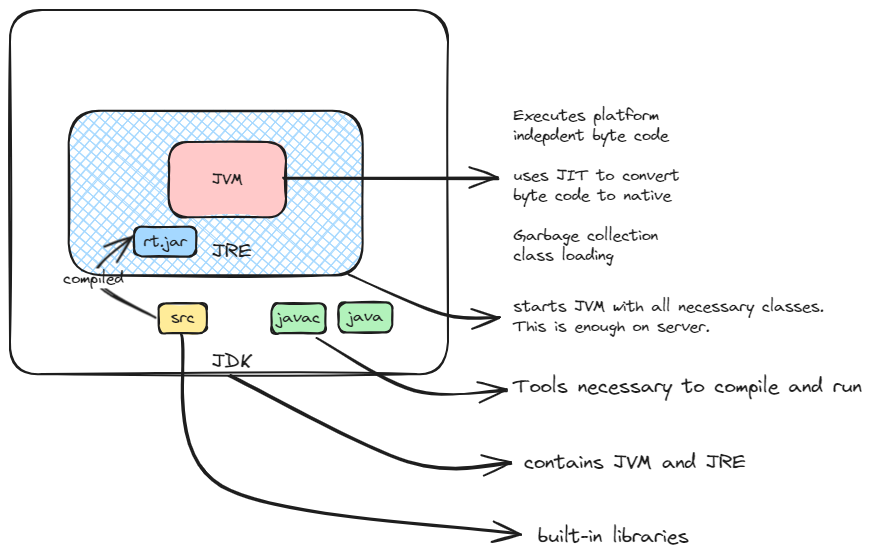
Above: static/img/jdk-jre-jvm.excalidraw.png in swaroopar/inprogress-engineer (Excalidraw), before the change. Source tidied: one line per element, renumbered; positions are measured from the earlier drawing's top-left corner, leaving out a move shared by most shapes.
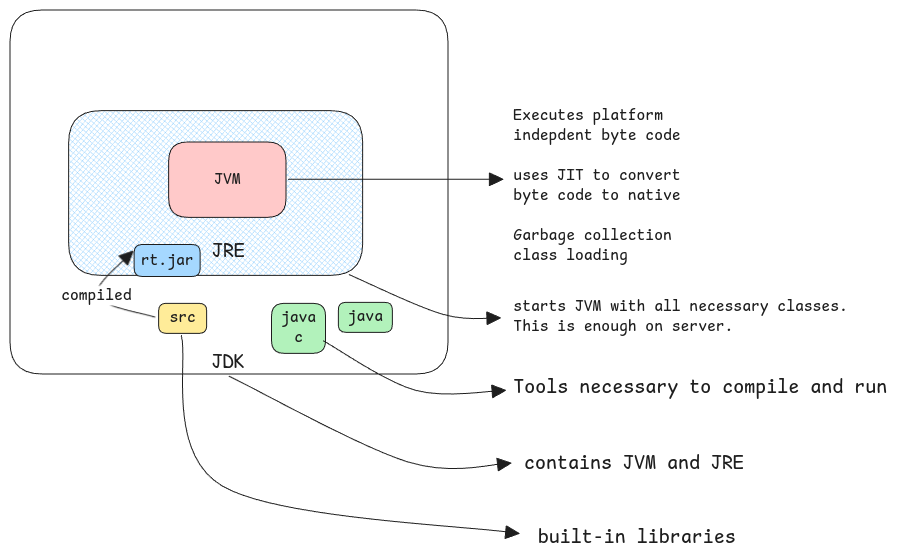
Above is the later version.

Diff of the diagram source:
```diff
@@ -1,26 +1,26 @@
-{"id": 0, "type": "rectangle", "strokeColor": "#1e1e1e", "backgroundColor": "#a5d8ff", "fillStyle": "cross-hatch", "strokeWidth": 2, "roughness": 1, "round": true, "x": 59, "y": 101, "width": 294, "height": 165}
+{"id": 0, "type": "rectangle", "strokeColor": "#1e1e1e", "backgroundColor": "#a5d8ff", "fillStyle": "cross-hatch", "strokeWidth": 1, "roughness": 0, "round": true, "x": 59, "y": 101, "width": 294, "height": 165}
-{"id": 1, "type": "rectangle", "strokeColor": "#1e1e1e", "backgroundColor": "#ffc9c9", "fillStyle": "solid", "strokeWidth": 2, "roughness": 1, "round": true, "x": 159, "y": 132, "width": 117, "height": 75}
+{"id": 1, "type": "rectangle", "strokeColor": "#1e1e1e", "backgroundColor": "#ffc9c9", "fillStyle": "solid", "strokeWidth": 1, "roughness": 0, "round": true, "x": 159, "y": 132, "width": 117, "height": 75}
-{"id": 2, "type": "text", "text": "JVM", "strokeColor": "#1e1e1e", "strokeWidth": 2, "roughness": 1, "fontSize": 16, "fontFamily": 1, "textAlign": "center", "verticalAlign": "middle", "inside": 1, "x": 202, "y": 160, "width": 31, "height": 20}
+{"id": 2, "type": "text", "text": "JVM", "strokeColor": "#1e1e1e", "strokeWidth": 2, "roughness": 1, "fontSize": 16, "fontFamily": 8, "textAlign": "center", "verticalAlign": "middle", "inside": 1, "x": 204, "y": 160, "width": 26, "height": 20}
-{"id": 3, "type": "text", "text": "JDK", "strokeColor": "#1e1e1e", "strokeWidth": 2, "roughness": 1, "fontSize": 20, "fontFamily": 1, "x": 202, "y": 340, "width": 41, "height": 25}
+{"id": 3, "type": "text", "text": "JDK", "strokeColor": "#1e1e1e", "strokeWidth": 1, "roughness": 0, "fontSize": 20, "fontFamily": 8, "x": 202, "y": 340, "width": 33, "height": 25}
-{"id": 4, "type": "text", "text": "JRE", "strokeColor": "#1e1e1e", "strokeWidth": 2, "roughness": 1, "fontSize": 20, "fontFamily": 1, "x": 202, "y": 230, "width": 40, "height": 25}
+{"id": 4, "type": "text", "text": "JRE", "strokeColor": "#1e1e1e", "strokeWidth": 1, "roughness": 0, "fontSize": 20, "fontFamily": 8, "x": 202, "y": 230, "width": 33, "height": 25}
-{"id": 5, "type": "rectangle", "strokeColor": "#1e1e1e", "backgroundColor": "#ffec99", "fillStyle": "solid", "strokeWidth": 2, "roughness": 1, "round": true, "x": 149, "y": 293, "width": 48, "height": 30}
+{"id": 5, "type": "rectangle", "strokeColor": "#1e1e1e", "backgroundColor": "#ffec99", "fillStyle": "solid", "strokeWidth": 1, "roughness": 0, "round": true, "x": 149, "y": 293, "width": 48, "height": 30}
-{"id": 6, "type": "text", "text": "src", "strokeColor": "#1e1e1e", "strokeWidth": 2, "roughness": 1, "fontSize": 16, "fontFamily": 1, "textAlign": "center", "verticalAlign": "middle", "inside": 5, "x": 161, "y": 298, "width": 24, "height": 20}
+{"id": 6, "type": "text", "text": "src", "strokeColor": "#1e1e1e", "strokeWidth": 2, "roughness": 1, "fontSize": 16, "fontFamily": 8, "textAlign": "center", "verticalAlign": "middle", "inside": 5, "x": 159, "y": 298, "width": 26, "height": 20}
-{"id": 7, "type": "rectangle", "strokeColor": "#1e1e1e", "backgroundColor": "#b2f2bb", "fillStyle": "solid", "strokeWidth": 2, "roughness": 1, "round": true, "x": 262, "y": 293, "width": 54, "height": 30}
+{"id": 7, "type": "rectangle", "strokeColor": "#1e1e1e", "backgroundColor": "#b2f2bb", "fillStyle": "solid", "strokeWidth": 1, "roughness": 0, "round": true, "x": 262, "y": 293, "width": 54, "height": 50}
-{"id": 8, "type": "text", "text": "javac", "strokeColor": "#1e1e1e", "strokeWidth": 2, "roughness": 1, "fontSize": 16, "fontFamily": 1, "textAlign": "center", "verticalAlign": "middle", "inside": 7, "x": 267, "y": 298, "width": 43, "height": 20}
+{"id": 8, "type": "text", "text": "java\nc", "strokeColor": "#1e1e1e", "strokeWidth": 2, "roughness": 1, "fontSize": 16, "fontFamily": 8, "textAlign": "center", "verticalAlign": "middle", "inside": 7, "x": 271, "y": 298, "width": 35, "height": 40}
-{"id": 9, "type": "rectangle", "strokeColor": "#1e1e1e", "backgroundColor": "#a5d8ff", "fillStyle": "solid", "strokeWidth": 2, "roughness": 1, "round": true, "x": 124, "y": 217, "width": 62, "height": 30}
+{"id": 9, "type": "rectangle", "strokeColor": "#1e1e1e", "backgroundColor": "#a5d8ff", "fillStyle": "solid", "strokeWidth": 1, "roughness": 0, "round": true, "x": 124, "y": 235, "width": 66, "height": 32}
-{"id": 10, "type": "text", "text": "rt.jar", "strokeColor": "#1e1e1e", "strokeWidth": 2, "roughness": 1, "fontSize": 16, "fontFamily": 1, "textAlign": "center", "verticalAlign": "middle", "inside": 9, "x": 134, "y": 222, "width": 43, "height": 20}
+{"id": 10, "type": "text", "text": "rt.jar", "strokeColor": "#1e1e1e", "strokeWidth": 2, "roughness": 1, "fontSize": 16, "fontFamily": 8, "textAlign": "center", "verticalAlign": "middle", "inside": 9, "x": 131, "y": 241, "width": 53, "height": 20}
-{"id": 11, "type": "arrow", "strokeColor": "#1e1e1e", "strokeWidth": 2, "roughness": 1, "endArrowhead": "arrow", "round": true, "from": 5, "to": 9, "x": 144, "y": 307, "width": 61, "height": 81, "points": [[0, 0], [-61, -38], [-21, -81]]}
+{"id": 11, "type": "arrow", "strokeColor": "#1e1e1e", "strokeWidth": 1, "roughness": 0, "endArrowhead": "triangle", "round": true, "from": 5, "to": 9, "x": 145, "y": 307, "width": 58, "height": 66, "points": [[0, 0], [-58, -22], [-22, -66]]}
-{"id": 12, "type": "text", "text": "compiled", "strokeColor": "#1e1e1e", "strokeWidth": 2, "roughness": 1, "fontSize": 16, "fontFamily": 1, "textAlign": "center", "verticalAlign": "middle", "inside": 11, "x": 53, "y": 259, "width": 60, "height": 20}
+{"id": 12, "type": "text", "text": "compiled", "strokeColor": "#1e1e1e", "strokeWidth": 2, "roughness": 1, "fontSize": 16, "fontFamily": 8, "textAlign": "center", "verticalAlign": "middle", "inside": 11, "x": 48, "y": 259, "width": 70, "height": 20}
-{"id": 13, "type": "arrow", "strokeColor": "#1e1e1e", "strokeWidth": 2, "roughness": 1, "endArrowhead": "arrow", "round": true, "x": 273, "y": 168, "width": 215, "height": 0, "points": [[0, 0], [215, 0]]}
+{"id": 13, "type": "arrow", "strokeColor": "#1e1e1e", "strokeWidth": 1, "roughness": 0, "endArrowhead": "triangle", "round": true, "x": 278, "y": 169, "width": 215, "height": 0, "points": [[0, 0], [215, 0]]}
-{"id": 14, "type": "text", "text": "Executes platform\nindepdent byte code\n\nuses JIT to convert\nbyte code to native\n\nGarbage collection\nclass loading", "strokeColor": "#1e1e1e", "strokeWidth": 2, "roughness": 1, "fontSize": 16, "fontFamily": 1, "x": 503, "y": 96, "width": 166, "height": 160}
+{"id": 14, "type": "text", "text": "Executes platform\nindepdent byte code\n\nuses JIT to convert\nbyte code to native\n\nGarbage collection\nclass loading", "strokeColor": "#1e1e1e", "strokeWidth": 1, "roughness": 0, "fontSize": 16, "fontFamily": 8, "x": 503, "y": 96, "width": 167, "height": 160}
-{"id": 15, "type": "rectangle", "strokeColor": "#1e1e1e", "backgroundColor": "#b2f2bb", "fillStyle": "solid", "strokeWidth": 2, "roughness": 1, "round": true, "x": 328, "y": 292, "width": 54, "height": 30}
+{"id": 15, "type": "rectangle", "strokeColor": "#1e1e1e", "backgroundColor": "#b2f2bb", "fillStyle": "solid", "strokeWidth": 1, "roughness": 0, "round": true, "x": 328, "y": 292, "width": 54, "height": 30}
-{"id": 16, "type": "text", "text": "java", "strokeColor": "#1e1e1e", "strokeWidth": 2, "roughness": 1, "fontSize": 16, "fontFamily": 1, "textAlign": "center", "verticalAlign": "middle", "inside": 15, "x": 338, "y": 297, "width": 35, "height": 20}
+{"id": 16, "type": "text", "text": "java", "strokeColor": "#1e1e1e", "strokeWidth": 2, "roughness": 1, "fontSize": 16, "fontFamily": 8, "textAlign": "center", "verticalAlign": "middle", "inside": 15, "x": 338, "y": 297, "width": 35, "height": 20}
-{"id": 17, "type": "arrow", "strokeColor": "#1e1e1e", "strokeWidth": 2, "roughness": 1, "endArrowhead": "arrow", "round": true, "to": 18, "x": 339, "y": 265, "width": 151, "height": 43, "points": [[0, 0], [94, 40], [151, 43]]}
+{"id": 17, "type": "arrow", "strokeColor": "#1e1e1e", "strokeWidth": 1, "roughness": 0, "endArrowhead": "triangle", "round": true, "to": 18, "x": 339, "y": 265, "width": 151, "height": 43, "points": [[0, 0], [94, 40], [151, 43]]}
-{"id": 18, "type": "text", "text": "starts JVM with all necessary classes.\nThis is enough on server.", "strokeColor": "#1e1e1e", "strokeWidth": 2, "roughness": 1, "fontSize": 16, "fontFamily": 1, "x": 503, "y": 287, "width": 311, "height": 40}
+{"id": 18, "type": "text", "text": "starts JVM with all necessary classes.\nThis is enough on server.", "strokeColor": "#1e1e1e", "strokeWidth": 1, "roughness": 0, "fontSize": 16, "fontFamily": 8, "x": 503, "y": 287, "width": 334, "height": 40}
-{"id": 19, "type": "rectangle", "strokeColor": "#1e1e1e", "strokeWidth": 2, "roughness": 1, "round": true, "x": 0, "y": 0, "width": 438, "height": 364}
+{"id": 19, "type": "rectangle", "strokeColor": "#1e1e1e", "strokeWidth": 1, "roughness": 0, "round": true, "x": 0, "y": 0, "width": 438, "height": 364}
-{"id": 20, "type": "arrow", "strokeColor": "#1e1e1e", "strokeWidth": 2, "roughness": 1, "endArrowhead": "arrow", "round": true, "from": 5, "x": 171, "y": 326, "width": 338, "height": 198, "points": [[0, 0], [41, 151], [338, 198]]}
+{"id": 20, "type": "arrow", "strokeColor": "#1e1e1e", "strokeWidth": 1, "roughness": 0, "endArrowhead": "triangle", "round": true, "from": 5, "x": 171, "y": 326, "width": 338, "height": 198, "points": [[0, 0], [41, 151], [338, 198]]}
-{"id": 21, "type": "arrow", "strokeColor": "#1e1e1e", "strokeWidth": 2, "roughness": 1, "endArrowhead": "arrow", "round": true, "from": 19, "to": 22, "x": 219, "y": 366, "width": 282, "height": 87, "points": [[0, 0], [179, 86], [282, 87]]}
+{"id": 21, "type": "arrow", "strokeColor": "#1e1e1e", "strokeWidth": 1, "roughness": 0, "endArrowhead": "triangle", "round": true, "from": 19, "to": 22, "x": 219, "y": 366, "width": 282, "height": 87, "points": [[0, 0], [179, 86], [282, 87]]}
-{"id": 22, "type": "text", "text": "contains JVM and JRE", "strokeColor": "#1e1e1e", "strokeWidth": 2, "roughness": 1, "fontSize": 20, "fontFamily": 1, "x": 514, "y": 441, "width": 222, "height": 25}
+{"id": 22, "type": "text", "text": "contains JVM and JRE", "strokeColor": "#1e1e1e", "strokeWidth": 1, "roughness": 0, "fontSize": 20, "fontFamily": 8, "x": 514, "y": 441, "width": 220, "height": 25}
-{"id": 23, "type": "arrow", "strokeColor": "#1e1e1e", "strokeWidth": 2, "roughness": 1, "endArrowhead": "arrow", "round": true, "x": 307, "y": 328, "width": 188, "height": 52, "points": [[0, 0], [98, 52], [188, 52]]}
+{"id": 23, "type": "arrow", "strokeColor": "#1e1e1e", "strokeWidth": 1, "roughness": 0, "endArrowhead": "triangle", "round": true, "from": 7, "to": 24, "x": 313, "y": 331, "width": 182, "height": 49, "points": [[0, 0], [92, 49], [182, 49]]}
-{"id": 24, "type": "text", "text": "Tools necessary to compile and run", "strokeColor": "#1e1e1e", "strokeWidth": 2, "roughness": 1, "fontSize": 20, "fontFamily": 1, "x": 503, "y": 365, "width": 349, "height": 25}
+{"id": 24, "type": "text", "text": "Tools necessary to compile and run", "strokeColor": "#1e1e1e", "strokeWidth": 1, "roughness": 0, "fontSize": 20, "fontFamily": 8, "x": 503, "y": 365, "width": 374, "height": 25}
-{"id": 25, "type": "text", "text": "built-in libraries", "strokeColor": "#1e1e1e", "strokeWidth": 2, "roughness": 1, "fontSize": 20, "fontFamily": 1, "x": 528, "y": 515, "width": 151, "height": 25}
+{"id": 25, "type": "text", "text": "built-in libraries", "strokeColor": "#1e1e1e", "strokeWidth": 1, "roughness": 0, "fontSize": 20, "fontFamily": 8, "x": 528, "y": 515, "width": 198, "height": 25}
```
